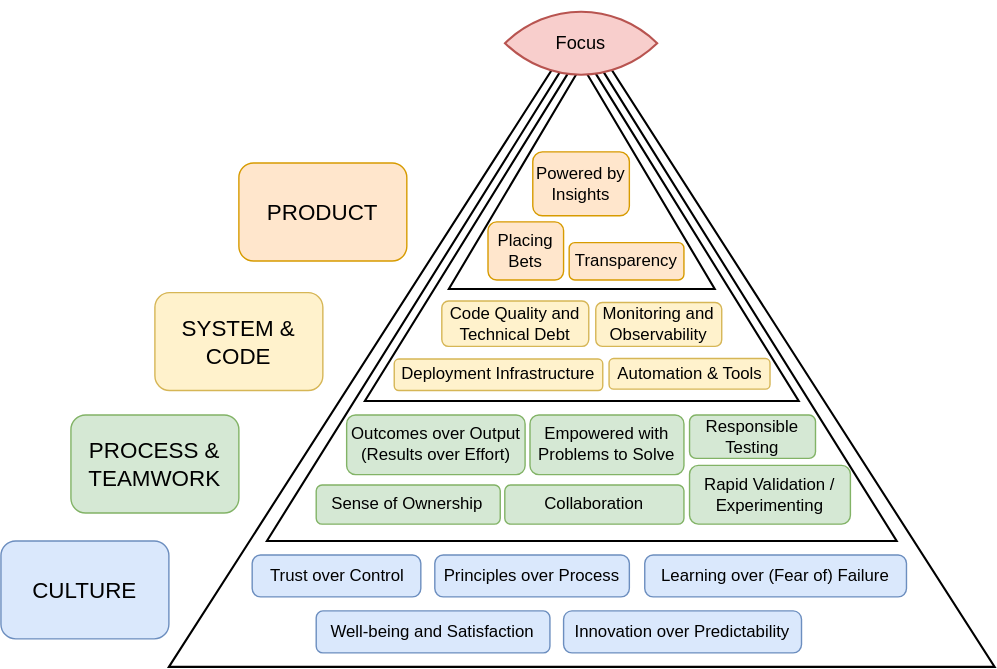
The draw.io diagram _pages/product-principles/product-pyramid.drawio.svg in test-where/test-where.github.io, before a commit. Source tidied: cells renumbered, new cells last; positions are measured from the earlier drawing's top-left corner, leaving out a move shared by most shapes.
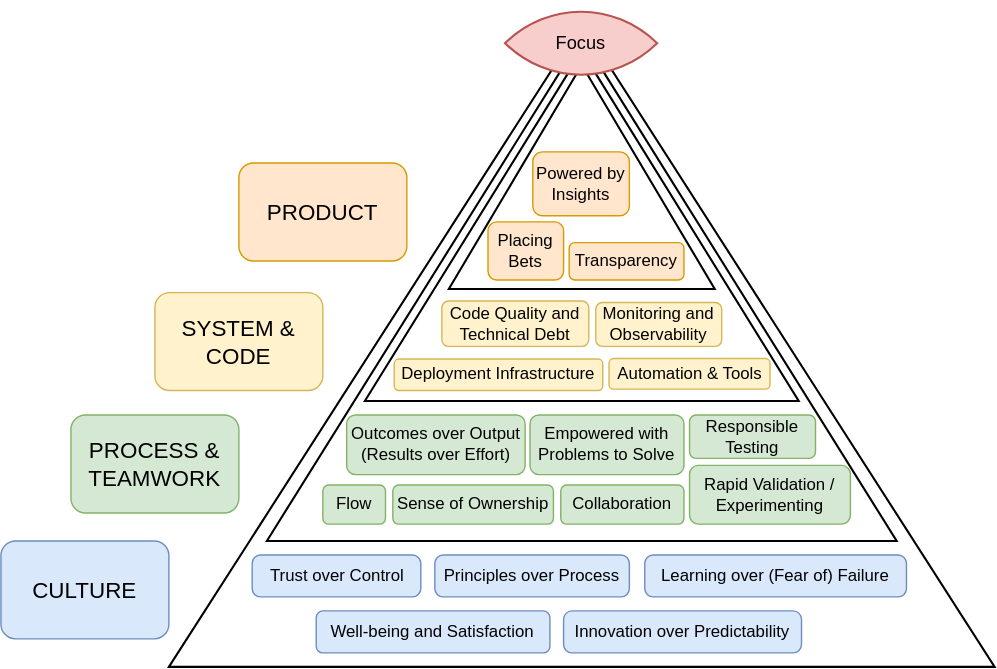
Later version of the same file.

Commit message:
Add Flow principle

Change to the diagram source:
```diff
@@ -69,10 +69,10 @@
       <mxGeometry x="247" y="320" width="127.5" height="42.6" as="geometry" />
     </mxCell>
     <mxCell id="24" value="Sense of Ownership" style="rounded=1;whiteSpace=wrap;html=1;fontStyle=0;fontSize=12;strokeWidth=1;fillColor=#d5e8d4;strokeColor=#82b366;" parent="1" vertex="1">
-      <mxGeometry x="225.2" y="370" width="131.5" height="28" as="geometry" />
+      <mxGeometry x="280" y="370" width="114.8" height="28" as="geometry" />
     </mxCell>
     <mxCell id="25" value="Collaboration" style="rounded=1;whiteSpace=wrap;html=1;fontStyle=0;fontSize=12;strokeWidth=1;fillColor=#d5e8d4;strokeColor=#82b366;" parent="1" vertex="1">
-      <mxGeometry x="360" y="370" width="128" height="28" as="geometry" />
+      <mxGeometry x="400" y="370" width="88" height="28" as="geometry" />
     </mxCell>
     <mxCell id="26" value="PROCESS &amp;amp; TEAMWORK" style="rounded=1;whiteSpace=wrap;html=1;rotation=0;fillColor=#d5e8d4;strokeColor=#82b366;fontSize=16;" parent="1" vertex="1">
       <mxGeometry x="50" y="320" width="120" height="70" as="geometry" />
@@ -83,5 +83,8 @@
     <mxCell id="28" value="PRODUCT" style="rounded=1;whiteSpace=wrap;html=1;rotation=0;fillColor=#ffe6cc;strokeColor=#d79b00;fontSize=16;" parent="1" vertex="1">
       <mxGeometry x="170" y="140" width="120" height="70" as="geometry" />
     </mxCell>
+    <mxCell id="29" value="Flow" style="rounded=1;whiteSpace=wrap;html=1;fontStyle=0;fontSize=12;strokeWidth=1;fillColor=#d5e8d4;strokeColor=#82b366;" parent="1" vertex="1">
+      <mxGeometry x="230" y="370" width="44.8" height="28" as="geometry" />
+    </mxCell>
   </root>
 </mxGraphModel>
```
